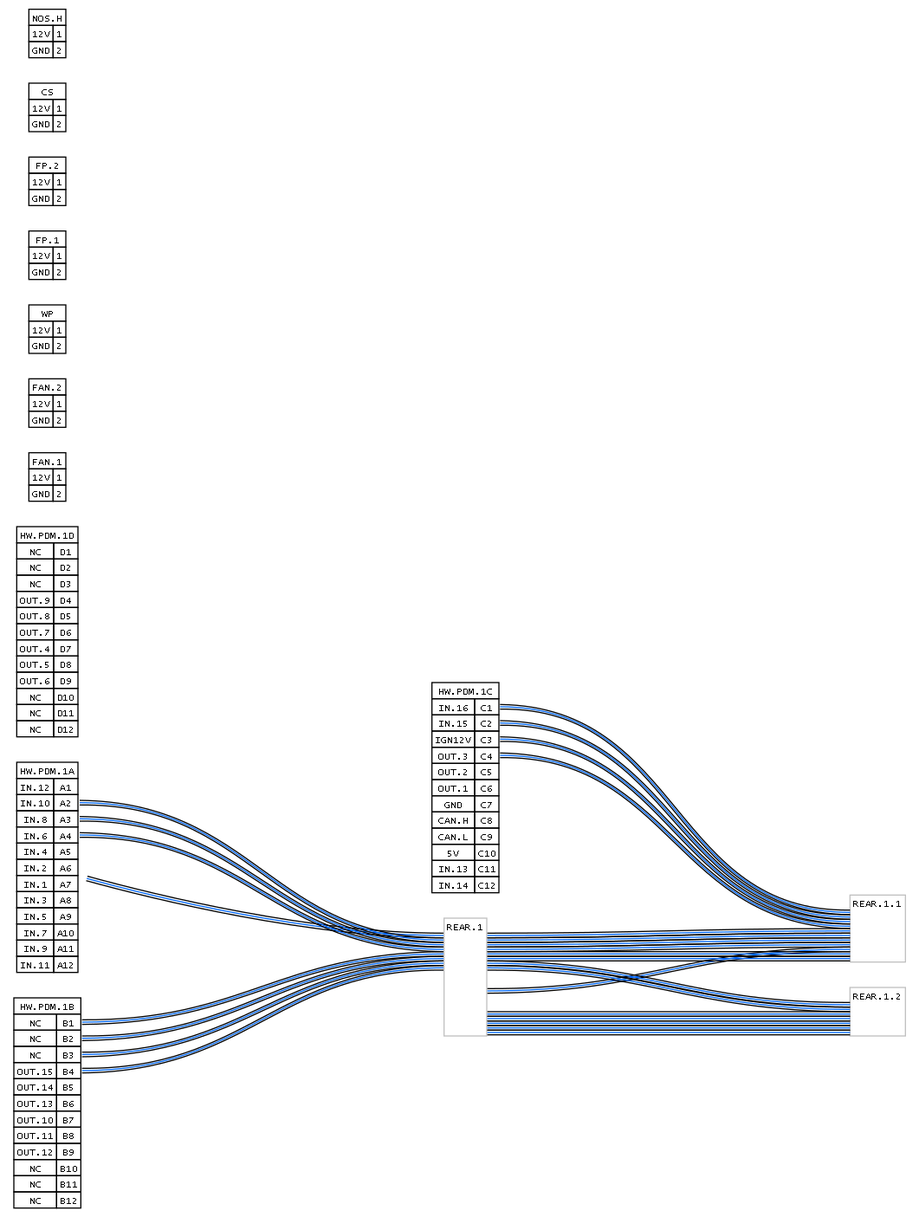
The Graphviz diagram out.gv.png in cmjdev/wiregen, before a commit. Its source is kept beside it as out.gv.
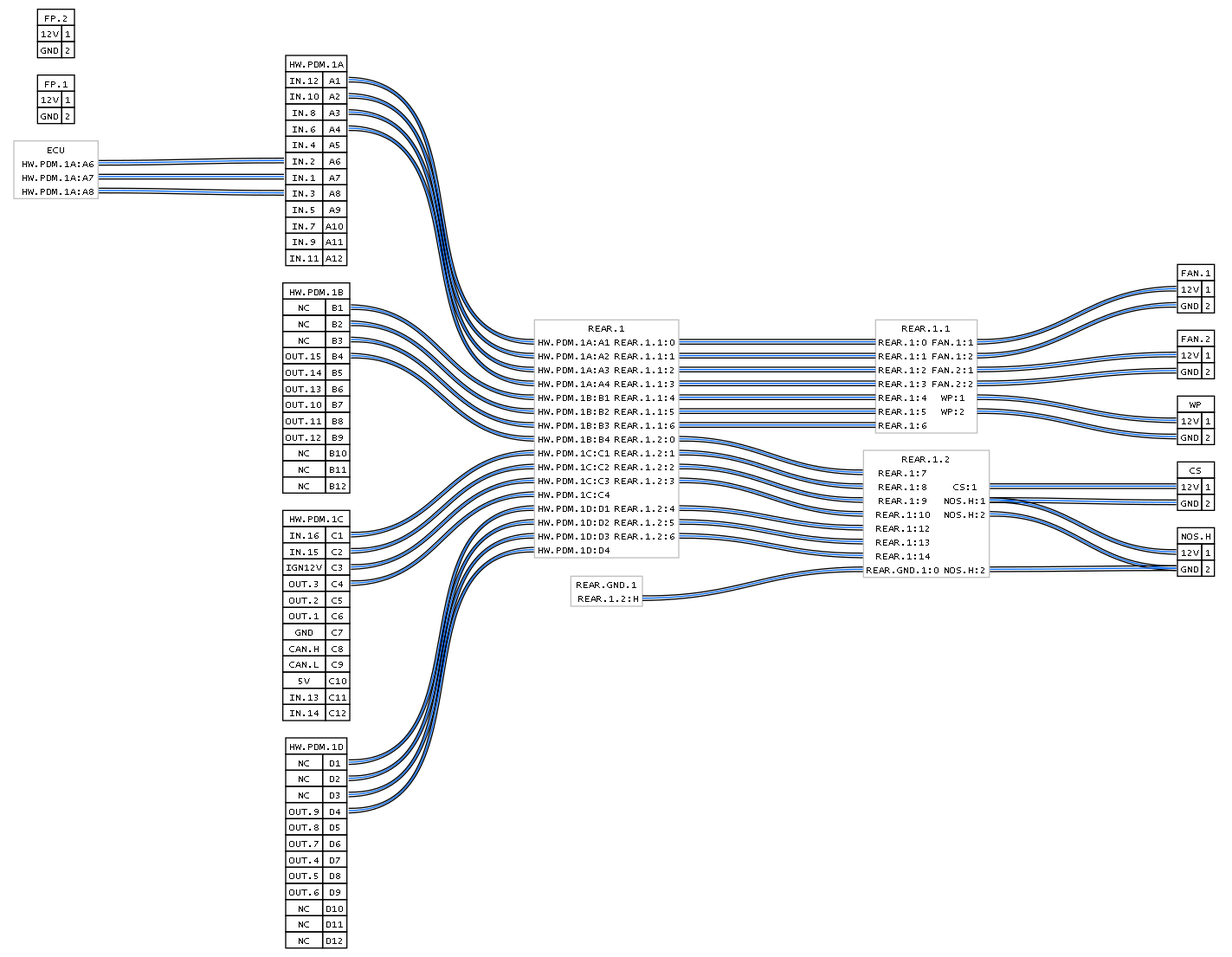
The same diagram one commit later.

The edit, as a diff of the source:
```diff
@@ -1,4 +1,4 @@
-graph {nodesep=.2 ranksep=4 rankdir=LR
+graph {nodesep=.1 ranksep=2 rankdir=LR
 
 node [shape=none fontname="Lucida Console" fontsize=8];
 edge [color="#000000:#0066ff:#000000"];
@@ -14,21 +14,30 @@
 "FP.2" [label = <<TABLE border="0" cellspacing="0" cellborder="1"><TR><TD colspan="2">FP.2</TD></TR><TR><TD PORT="1L">12V</TD><TD PORT="1R">1</TD></TR><TR><TD PORT="2L">GND</TD><TD PORT="2R">2</TD></TR></TABLE>>];
 "CS" [label = <<TABLE border="0" cellspacing="0" cellborder="1"><TR><TD colspan="2">CS</TD></TR><TR><TD PORT="1L">12V</TD><TD PORT="1R">1</TD></TR><TR><TD PORT="2L">GND</TD><TD PORT="2R">2</TD></TR></TABLE>>];
 "NOS.H" [label = <<TABLE border="0" cellspacing="0" cellborder="1"><TR><TD colspan="2">NOS.H</TD></TR><TR><TD PORT="1L">12V</TD><TD PORT="1R">1</TD></TR><TR><TD PORT="2L">GND</TD><TD PORT="2R">2</TD></TR></TABLE>>];
-"REAR.1" [label = <<TABLE border="1" cellspacing="0" color="grey" cellborder="0"><TR><TD colspan="2">REAR.1</TD></TR><TR><TD PORT="0L"></TD><TD PORT="0R"></TD></TR><TR><TD PORT="1L"></TD><TD PORT="1R"></TD></TR><TR><TD PORT="2L"></TD><TD PORT="2R"></TD></TR><TR><TD PORT="3L"></TD><TD PORT="3R"></TD></TR><TR><TD PORT="5L"></TD><TD PORT="5R"></TD></TR><TR><TD PORT="6L"></TD><TD PORT="6R"></TD></TR><TR><TD PORT="7L"></TD><TD PORT="7R"></TD></TR><TR><TD PORT="8L"></TD><TD PORT="8R"></TD></TR><TR><TD PORT="0L"></TD><TD PORT="0R"></TD></TR><TR><TD PORT="1L"></TD><TD PORT="1R"></TD></TR><TR><TD PORT="2L"></TD><TD PORT="2R"></TD></TR><TR><TD PORT="3L"></TD><TD PORT="3R"></TD></TR><TR><TD PORT="4L"></TD><TD PORT="4R"></TD></TR><TR><TD PORT="5L"></TD><TD PORT="5R"></TD></TR><TR><TD PORT="6L"></TD><TD PORT="6R"></TD></TR><TR><TD PORT="7L"></TD><TD PORT="7R"></TD></TR><TR><TD PORT="8L"></TD><TD PORT="8R"></TD></TR><TR><TD PORT="9L"></TD><TD PORT="9R"></TD></TR><TR><TD PORT="10L"></TD><TD PORT="10R"></TD></TR><TR><TD PORT="12L"></TD><TD PORT="12R"></TD></TR><TR><TD PORT="13L"></TD><TD PORT="13R"></TD></TR><TR><TD PORT="14L"></TD><TD PORT="14R"></TD></TR></TABLE>>];
-"REAR.1.1" [label = <<TABLE border="1" cellspacing="0" color="grey" cellborder="0"><TR><TD colspan="2">REAR.1.1</TD></TR><TR><TD PORT="10L"></TD><TD PORT="10R"></TD></TR><TR><TD PORT="11L"></TD><TD PORT="11R"></TD></TR><TR><TD PORT="12L"></TD><TD PORT="12R"></TD></TR><TR><TD PORT="13L"></TD><TD PORT="13R"></TD></TR><TR><TD PORT="0L"></TD><TD PORT="0R"></TD></TR><TR><TD PORT="1L"></TD><TD PORT="1R"></TD></TR><TR><TD PORT="2L"></TD><TD PORT="2R"></TD></TR><TR><TD PORT="3L"></TD><TD PORT="3R"></TD></TR><TR><TD PORT="4L"></TD><TD PORT="4R"></TD></TR><TR><TD PORT="5L"></TD><TD PORT="5R"></TD></TR><TR><TD PORT="6L"></TD><TD PORT="6R"></TD></TR></TABLE>>];
-"REAR.1.2" [label = <<TABLE border="1" cellspacing="0" color="grey" cellborder="0"><TR><TD colspan="2">REAR.1.2</TD></TR><TR><TD PORT="0L"></TD><TD PORT="0R"></TD></TR><TR><TD PORT="1L"></TD><TD PORT="1R"></TD></TR><TR><TD PORT="2L"></TD><TD PORT="2R"></TD></TR><TR><TD PORT="3L"></TD><TD PORT="3R"></TD></TR><TR><TD PORT="4L"></TD><TD PORT="4R"></TD></TR><TR><TD PORT="5L"></TD><TD PORT="5R"></TD></TR><TR><TD PORT="6L"></TD><TD PORT="6R"></TD></TR></TABLE>>];
-"HW.PDM.1A":"C1R" -- "REAR.1":"0L"
+"ECU" [label = <<TABLE border="1" cellspacing="0" color="grey" cellborder="0"><TR><TD colspan="2">ECU</TD></TR><TR><TD HEIGHT="10" PORT="1L"></TD><TD PORT="1R">HW.PDM.1A:A6</TD></TR><TR><TD HEIGHT="10" PORT="2L"></TD><TD PORT="2R">HW.PDM.1A:A7</TD></TR><TR><TD HEIGHT="10" PORT="3L"></TD><TD PORT="3R">HW.PDM.1A:A8</TD></TR></TABLE>>];
+"REAR.1" [label = <<TABLE border="1" cellspacing="0" color="grey" cellborder="0"><TR><TD colspan="2">REAR.1</TD></TR><TR><TD HEIGHT="10" PORT="0L">HW.PDM.1A:A1</TD><TD PORT="0R">REAR.1.1:0</TD></TR><TR><TD HEIGHT="10" PORT="1L">HW.PDM.1A:A2</TD><TD PORT="1R">REAR.1.1:1</TD></TR><TR><TD HEIGHT="10" PORT="2L">HW.PDM.1A:A3</TD><TD PORT="2R">REAR.1.1:2</TD></TR><TR><TD HEIGHT="10" PORT="3L">HW.PDM.1A:A4</TD><TD PORT="3R">REAR.1.1:3</TD></TR><TR><TD HEIGHT="10" PORT="4L">HW.PDM.1B:B1</TD><TD PORT="4R">REAR.1.1:4</TD></TR><TR><TD HEIGHT="10" PORT="5L">HW.PDM.1B:B2</TD><TD PORT="5R">REAR.1.1:5</TD></TR><TR><TD HEIGHT="10" PORT="6L">HW.PDM.1B:B3</TD><TD PORT="6R">REAR.1.1:6</TD></TR><TR><TD HEIGHT="10" PORT="7L">HW.PDM.1B:B4</TD><TD PORT="7R">REAR.1.2:0</TD></TR><TR><TD HEIGHT="10" PORT="8L">HW.PDM.1C:C1</TD><TD PORT="8R">REAR.1.2:1</TD></TR><TR><TD HEIGHT="10" PORT="9L">HW.PDM.1C:C2</TD><TD PORT="9R">REAR.1.2:2</TD></TR><TR><TD HEIGHT="10" PORT="10L">HW.PDM.1C:C3</TD><TD PORT="10R">REAR.1.2:3</TD></TR><TR><TD HEIGHT="10" PORT="11L">HW.PDM.1C:C4</TD><TD PORT="11R"></TD></TR><TR><TD HEIGHT="10" PORT="12L">HW.PDM.1D:D1</TD><TD PORT="12R">REAR.1.2:4</TD></TR><TR><TD HEIGHT="10" PORT="13L">HW.PDM.1D:D2</TD><TD PORT="13R">REAR.1.2:5</TD></TR><TR><TD HEIGHT="10" PORT="14L">HW.PDM.1D:D3</TD><TD PORT="14R">REAR.1.2:6</TD></TR><TR><TD HEIGHT="10" PORT="15L">HW.PDM.1D:D4</TD><TD PORT="15R"></TD></TR></TABLE>>];
+"REAR.1.1" [label = <<TABLE border="1" cellspacing="0" color="grey" cellborder="0"><TR><TD colspan="2">REAR.1.1</TD></TR><TR><TD HEIGHT="10" PORT="0L">REAR.1:0</TD><TD PORT="0R">FAN.1:1</TD></TR><TR><TD HEIGHT="10" PORT="1L">REAR.1:1</TD><TD PORT="1R">FAN.1:2</TD></TR><TR><TD HEIGHT="10" PORT="2L">REAR.1:2</TD><TD PORT="2R">FAN.2:1</TD></TR><TR><TD HEIGHT="10" PORT="3L">REAR.1:3</TD><TD PORT="3R">FAN.2:2</TD></TR><TR><TD HEIGHT="10" PORT="4L">REAR.1:4</TD><TD PORT="4R">WP:1</TD></TR><TR><TD HEIGHT="10" PORT="5L">REAR.1:5</TD><TD PORT="5R">WP:2</TD></TR><TR><TD HEIGHT="10" PORT="6L">REAR.1:6</TD><TD PORT="6R"></TD></TR></TABLE>>];
+"REAR.1.2" [label = <<TABLE border="1" cellspacing="0" color="grey" cellborder="0"><TR><TD colspan="2">REAR.1.2</TD></TR><TR><TD HEIGHT="10" PORT="0L">REAR.1:7</TD><TD PORT="0R"></TD></TR><TR><TD HEIGHT="10" PORT="1L">REAR.1:8</TD><TD PORT="1R">CS:1</TD></TR><TR><TD HEIGHT="10" PORT="2L">REAR.1:9</TD><TD PORT="2R">NOS.H:1</TD></TR><TR><TD HEIGHT="10" PORT="3L">REAR.1:10</TD><TD PORT="3R">NOS.H:2</TD></TR><TR><TD HEIGHT="10" PORT="4L">REAR.1:12</TD><TD PORT="4R"></TD></TR><TR><TD HEIGHT="10" PORT="5L">REAR.1:13</TD><TD PORT="5R"></TD></TR><TR><TD HEIGHT="10" PORT="6L">REAR.1:14</TD><TD PORT="6R"></TD></TR><TR><TD HEIGHT="10" PORT="HL">REAR.GND.1:0</TD><TD PORT="HR">NOS.H:2</TD></TR></TABLE>>];
+"REAR.GND.1" [label = <<TABLE border="1" cellspacing="0" color="grey" cellborder="0"><TR><TD colspan="2">REAR.GND.1</TD></TR><TR><TD HEIGHT="10" PORT="0L"></TD><TD PORT="0R">REAR.1.2:H</TD></TR></TABLE>>];
+"ECU":"1R" -- "HW.PDM.1A":"A6L"
+"ECU":"2R" -- "HW.PDM.1A":"A7L"
+"ECU":"3R" -- "HW.PDM.1A":"A8L"
+"HW.PDM.1A":"A1R" -- "REAR.1":"0L"
 "HW.PDM.1A":"A2R" -- "REAR.1":"1L"
 "HW.PDM.1A":"A3R" -- "REAR.1":"2L"
 "HW.PDM.1A":"A4R" -- "REAR.1":"3L"
-"HW.PDM.1B":"B1R" -- "REAR.1":"5L"
-"HW.PDM.1B":"B2R" -- "REAR.1":"6L"
-"HW.PDM.1B":"B3R" -- "REAR.1":"7L"
-"HW.PDM.1B":"B4R" -- "REAR.1":"8L"
-"HW.PDM.1C":"C1R" -- "REAR.1.1":"10L"
-"HW.PDM.1C":"C2R" -- "REAR.1.1":"11L"
-"HW.PDM.1C":"C3R" -- "REAR.1.1":"12L"
-"HW.PDM.1C":"C4R" -- "REAR.1.1":"13L"
+"HW.PDM.1B":"B1R" -- "REAR.1":"4L"
+"HW.PDM.1B":"B2R" -- "REAR.1":"5L"
+"HW.PDM.1B":"B3R" -- "REAR.1":"6L"
+"HW.PDM.1B":"B4R" -- "REAR.1":"7L"
+"HW.PDM.1C":"C1R" -- "REAR.1":"8L"
+"HW.PDM.1C":"C2R" -- "REAR.1":"9L"
+"HW.PDM.1C":"C3R" -- "REAR.1":"10L"
+"HW.PDM.1C":"C4R" -- "REAR.1":"11L"
+"HW.PDM.1D":"D1R" -- "REAR.1":"12L"
+"HW.PDM.1D":"D2R" -- "REAR.1":"13L"
+"HW.PDM.1D":"D3R" -- "REAR.1":"14L"
+"HW.PDM.1D":"D4R" -- "REAR.1":"15L"
 "REAR.1":"0R" -- "REAR.1.1":"0L"
 "REAR.1":"1R" -- "REAR.1.1":"1L"
 "REAR.1":"2R" -- "REAR.1.1":"2L"
@@ -43,4 +52,16 @@
 "REAR.1":"12R" -- "REAR.1.2":"4L"
 "REAR.1":"13R" -- "REAR.1.2":"5L"
 "REAR.1":"14R" -- "REAR.1.2":"6L"
+"REAR.1.1":"0R" -- "FAN.1":"1L"
+"REAR.1.1":"1R" -- "FAN.1":"2L"
+"REAR.1.1":"2R" -- "FAN.2":"1L"
+"REAR.1.1":"3R" -- "FAN.2":"2L"
+"REAR.1.1":"4R" -- "WP":"1L"
+"REAR.1.1":"5R" -- "WP":"2L"
+"REAR.1.2":"1R" -- "CS":"1L"
+"REAR.1.2":"2R" -- "CS":"2L"
+"REAR.1.2":"2R" -- "NOS.H":"1L"
+"REAR.1.2":"3R" -- "NOS.H":"2L"
+"REAR.GND.1":"0R" -- "REAR.1.2":"HL"
+"REAR.1.2":"HR" -- "NOS.H":"2L"
 }
```
